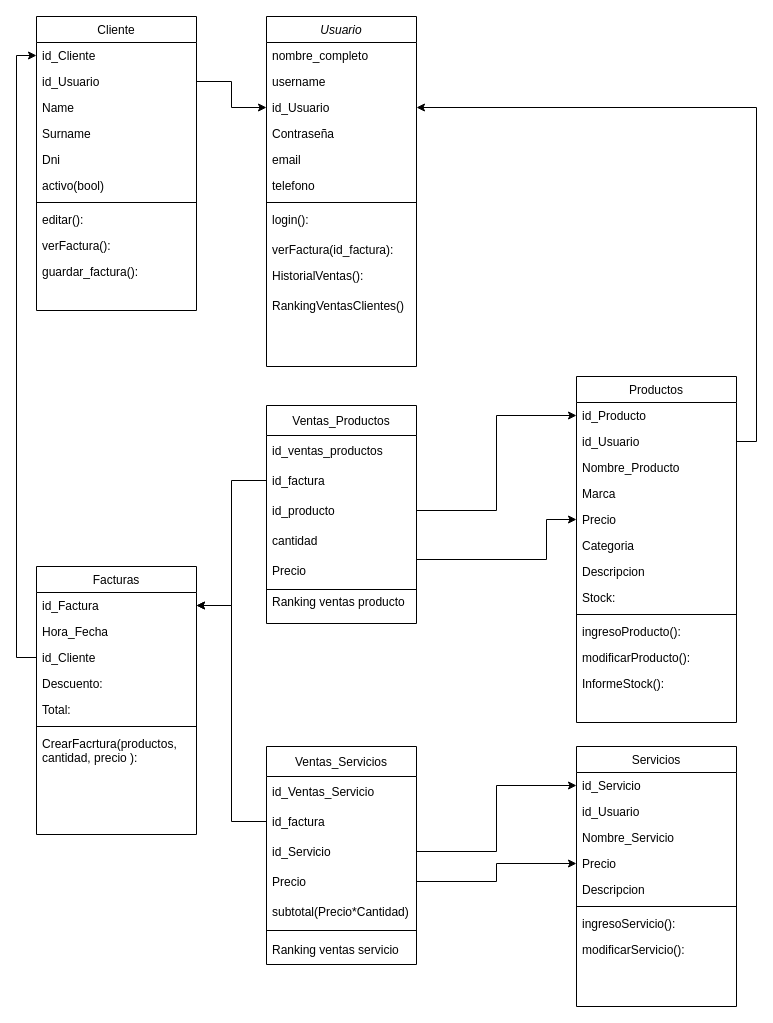
Earlier version of the draw.io diagram UML_proyecto/Diagrama proyecto informatico.drawio (Francovc12/repopractica). Source tidied: cells renumbered, new cells numbered last; positions are measured from the earlier drawing's top-left corner, leaving out a move shared by most shapes. Both pictures are drawn from the tidied source at 100%, with x=0, y=0 at pixel (36, 16).
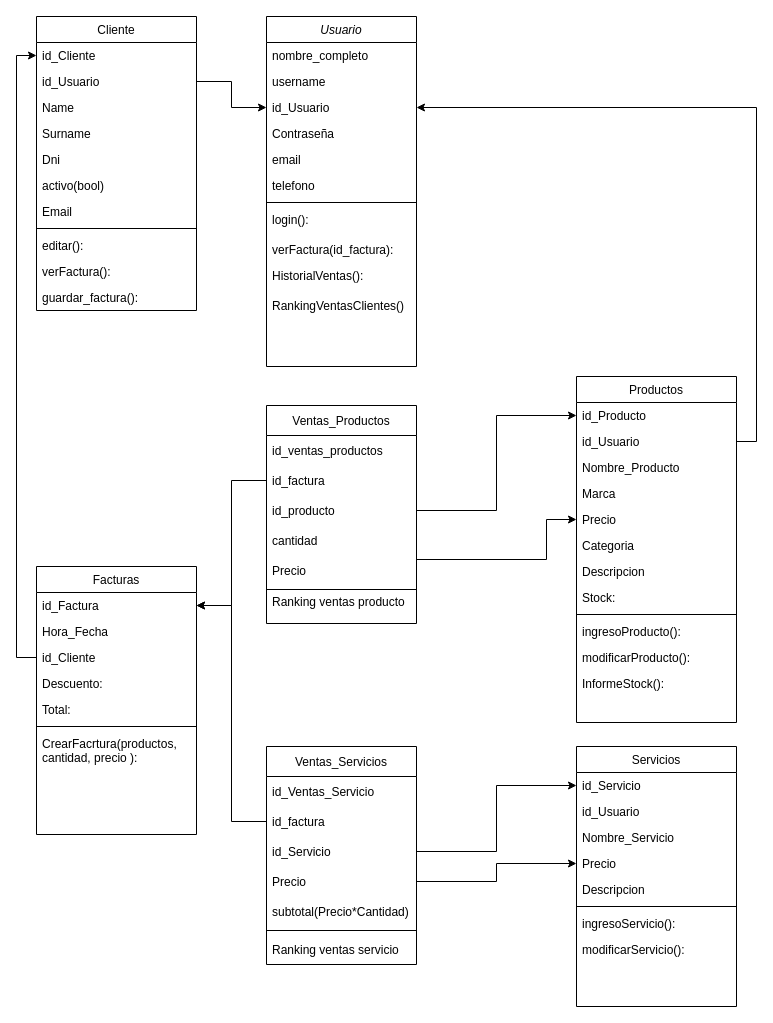
After the change.

The change refers to these unchanged cells:
```xml
<mxCell id="14" value="Cliente" style="swimlane;fontStyle=0;align=center;verticalAlign=top;horizontal=1;startSize=26;rounded=0;shadow=0;strokeWidth=1;" parent="1" vertex="1">
  <mxGeometry width="160" height="294" as="geometry" />
</mxCell>
```

What changed in the source:
```diff
@@
+    <mxCell id="81" value="Email" style="text;align=left;verticalAlign=top;spacingLeft=4;spacingRight=4;overflow=hidden;rounded=0;shadow=0;html=0;" parent="14" vertex="1">
+      <mxGeometry y="182" width="160" height="26" as="geometry" />
+    </mxCell>
     <mxCell id="21" style="line;html=1;strokeWidth=1;align=left;verticalAlign=middle;spacingTop=-1;spacingLeft=3;spacingRight=3;labelPosition=right;" parent="14" vertex="1">
-      <mxGeometry y="182" width="160" height="8" as="geometry" />
+      <mxGeometry y="208" width="160" height="8" as="geometry" />
     </mxCell>
     <mxCell id="22" value="editar():" style="text;align=left;verticalAlign=top;spacingLeft=4;spacingRight=4;overflow=hidden;" parent="14" vertex="1">
-      <mxGeometry y="190" width="160" height="26" as="geometry" />
+      <mxGeometry y="216" width="160" height="26" as="geometry" />
     </mxCell>
     <mxCell id="23" value="verFactura():" style="text;align=left;verticalAlign=top;spacingLeft=4;spacingRight=4;overflow=hidden;" parent="14" vertex="1">
-      <mxGeometry y="216" width="160" height="26" as="geometry" />
+      <mxGeometry y="242" width="160" height="26" as="geometry" />
     </mxCell>
     <mxCell id="24" value="guardar_factura():" style="text;align=left;verticalAlign=top;spacingLeft=4;spacingRight=4;overflow=hidden;" parent="14" vertex="1">
-      <mxGeometry y="242" width="160" height="26" as="geometry" />
+      <mxGeometry y="268" width="160" height="26" as="geometry" />
     </mxCell>
```
